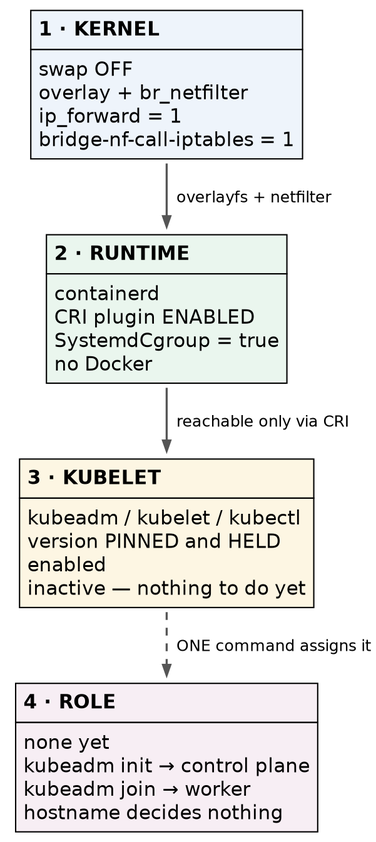
This is education/k8s-cka-prep/images/ch01_fig1_node_stack.png from fiberoptix/home-lab-setup, a Graphviz export, as it was before one commit. Its source is kept beside it as education/k8s-cka-prep/diagrams/ch01_fig1_node_stack.dot. Source of this version:
```dot
digraph node_stack {
    rankdir=TB;
    bgcolor="white";
    node [shape=plaintext, fontname="Helvetica", fontsize=15];
    edge [color="#555555", penwidth=1.6, arrowsize=0.8];

    kernel [label=<
      <TABLE BORDER="0" CELLBORDER="1" CELLSPACING="0" CELLPADDING="5" BGCOLOR="#eef4fb">
        <TR><TD ALIGN="LEFT" BALIGN="LEFT"><B>1 · KERNEL</B></TD></TR>
        <TR><TD ALIGN="LEFT" BALIGN="LEFT">swap OFF<BR/>overlay + br_netfilter<BR/>ip_forward = 1<BR/>bridge-nf-call-iptables = 1</TD></TR>
      </TABLE>>];

    runtime [label=<
      <TABLE BORDER="0" CELLBORDER="1" CELLSPACING="0" CELLPADDING="5" BGCOLOR="#eaf6ee">
        <TR><TD ALIGN="LEFT" BALIGN="LEFT"><B>2 · RUNTIME</B></TD></TR>
        <TR><TD ALIGN="LEFT" BALIGN="LEFT">containerd<BR/>CRI plugin ENABLED<BR/>SystemdCgroup = true<BR/>no Docker</TD></TR>
      </TABLE>>];

    kubelet [label=<
      <TABLE BORDER="0" CELLBORDER="1" CELLSPACING="0" CELLPADDING="5" BGCOLOR="#fdf6e3">
        <TR><TD ALIGN="LEFT" BALIGN="LEFT"><B>3 · KUBELET</B></TD></TR>
        <TR><TD ALIGN="LEFT" BALIGN="LEFT">kubeadm / kubelet / kubectl<BR/>version PINNED and HELD<BR/>enabled<BR/>inactive — nothing to do yet</TD></TR>
      </TABLE>>];

    role [label=<
      <TABLE BORDER="0" CELLBORDER="1" CELLSPACING="0" CELLPADDING="5" BGCOLOR="#f7eef4">
        <TR><TD ALIGN="LEFT" BALIGN="LEFT"><B>4 · ROLE</B></TD></TR>
        <TR><TD ALIGN="LEFT" BALIGN="LEFT">none yet<BR/>kubeadm init → control plane<BR/>kubeadm join → worker<BR/>hostname decides nothing</TD></TR>
      </TABLE>>];

    kernel  -> runtime [label="  overlayfs + netfilter\l", fontsize=12, fontname="Helvetica"];
    runtime -> kubelet [label="  reachable only via CRI\l", fontsize=12, fontname="Helvetica"];
    kubelet -> role    [label="  ONE command assigns it\l", fontsize=12, fontname="Helvetica", style=dashed];
}
```
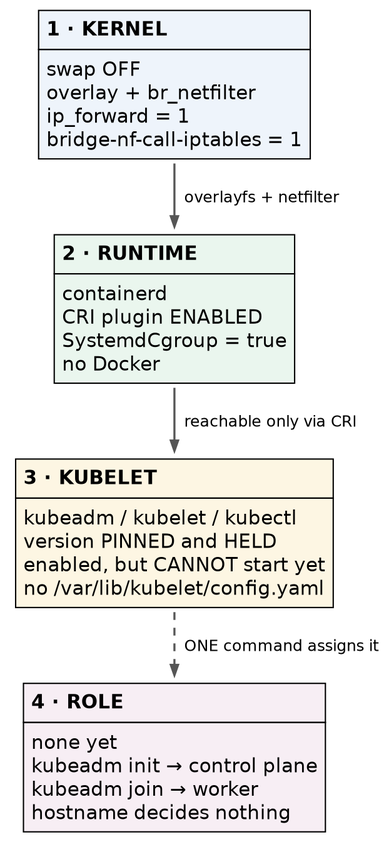
After the commit.

The edit, as a diff of the source:
```diff
@@ -19,7 +19,7 @@
     kubelet [label=<
       <TABLE BORDER="0" CELLBORDER="1" CELLSPACING="0" CELLPADDING="5" BGCOLOR="#fdf6e3">
         <TR><TD ALIGN="LEFT" BALIGN="LEFT"><B>3 · KUBELET</B></TD></TR>
-        <TR><TD ALIGN="LEFT" BALIGN="LEFT">kubeadm / kubelet / kubectl<BR/>version PINNED and HELD<BR/>enabled<BR/>inactive — nothing to do yet</TD></TR>
+        <TR><TD ALIGN="LEFT" BALIGN="LEFT">kubeadm / kubelet / kubectl<BR/>version PINNED and HELD<BR/>enabled, but CANNOT start yet<BR/>no /var/lib/kubelet/config.yaml</TD></TR>
       </TABLE>>];
 
     role [label=<
```
